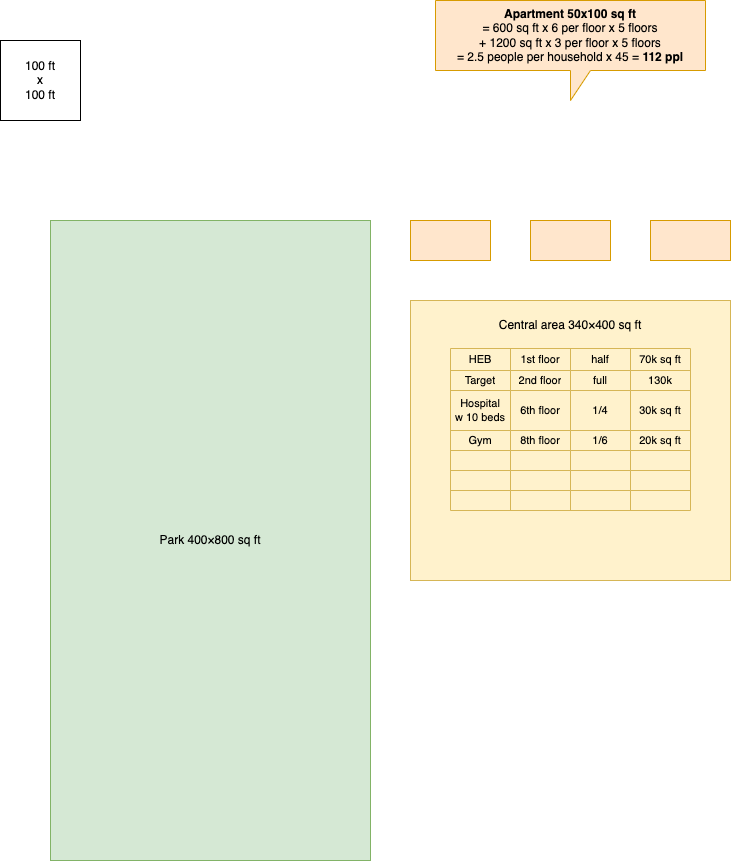
This is src/assets/building_layout.png from harumhl/New-Austin-project, a draw.io export, as it was before one commit. Source tidied: cells renumbered, new cells last; positions are measured from the earlier drawing's top-left corner, leaving out a move shared by most shapes.
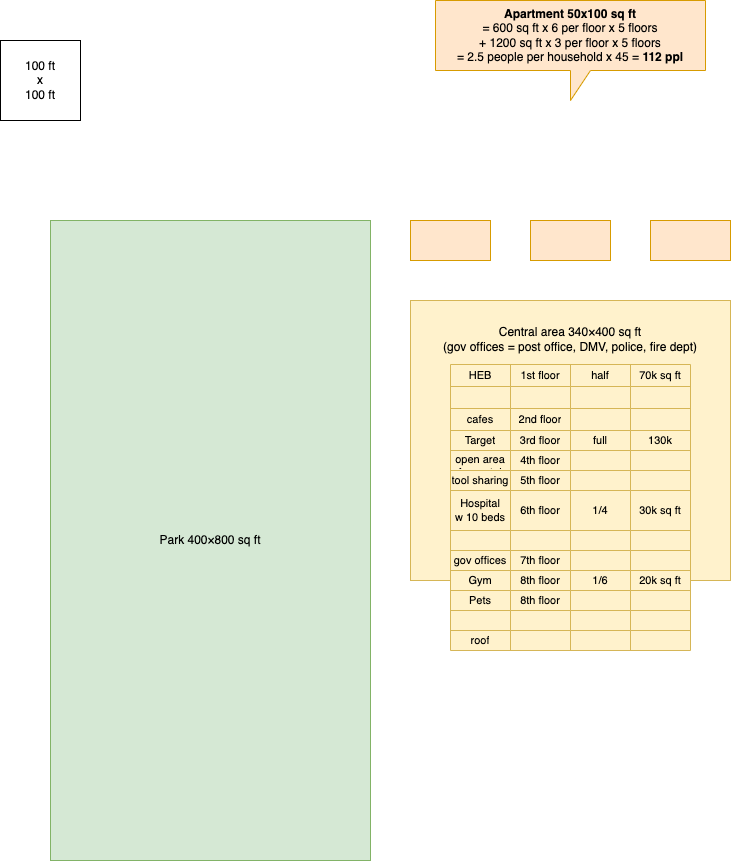
Above is the later version.

Commit message:
central building table add

Diff of the diagram source:
```diff
@@ -17,14 +17,14 @@
     <mxCell id="6" style="rounded=0;whiteSpace=wrap;html=1;fillColor=#ffe6cc;strokeColor=#d79b00;" parent="1" vertex="1">
       <mxGeometry x="650" y="220" width="80" height="40" as="geometry" />
     </mxCell>
-    <mxCell id="7" style="group;" parent="1" vertex="1">
-      <mxGeometry x="410" y="300" width="320" height="280" as="geometry" />
-    </mxCell>
+    <mxCell id="45" value="Park 400×800 sq ft" style="rounded=0;whiteSpace=wrap;html=1;fillColor=#d5e8d4;strokeColor=#82b366;" parent="1" vertex="1">
+      <mxGeometry x="50" y="220" width="320" height="640" as="geometry" />
+    </mxCell>
-    <mxCell id="8" value="Central area 340×400 sq ft&lt;br&gt;&lt;br&gt;&lt;br&gt;&lt;br&gt;&lt;br&gt;&lt;br&gt;&lt;br&gt;&lt;br&gt;&lt;br&gt;&lt;br&gt;&lt;br&gt;&lt;br&gt;&lt;br&gt;&lt;br&gt;&lt;br&gt;&lt;br&gt;&lt;br&gt;" style="rounded=0;whiteSpace=wrap;html=1;imageWidth=72;fillColor=#fff2cc;strokeColor=#d6b656;" parent="7" vertex="1">
-      <mxGeometry width="320" height="280" as="geometry" />
+    <mxCell id="8" value="Central area 340×400 sq ft&lt;br&gt;(gov offices = post office, DMV, police, fire dept)&lt;br&gt;&lt;br&gt;&lt;br&gt;&lt;br&gt;&lt;br&gt;&lt;br&gt;&lt;br&gt;&lt;br&gt;&lt;br&gt;&lt;br&gt;&lt;br&gt;&lt;br&gt;&lt;br&gt;&lt;br&gt;&lt;br&gt;" style="rounded=0;whiteSpace=wrap;html=1;imageWidth=72;fillColor=#fff2cc;strokeColor=#d6b656;" parent="1" vertex="1">
+      <mxGeometry x="410" y="300" width="320" height="280" as="geometry" />
     </mxCell>
-    <mxCell id="9" style="shape=table;startSize=0;fontSize=16;fillColor=#fff2cc;strokeColor=#d6b656;" parent="7" vertex="1">
-      <mxGeometry x="40" y="48" width="240" height="162" as="geometry" />
+    <mxCell id="9" style="shape=table;startSize=0;fontSize=16;fillColor=#fff2cc;strokeColor=#d6b656;" parent="1" vertex="1">
+      <mxGeometry x="450" y="364" width="240" height="286" as="geometry" />
     </mxCell>
     <mxCell id="10" style="shape=tableRow;horizontal=0;startSize=0;swimlaneHead=0;swimlaneBody=0;strokeColor=inherit;top=0;left=0;bottom=0;right=0;fillColor=none;fontSize=16;" parent="9" vertex="1">
       <mxGeometry width="240" height="22" as="geometry" />
@@ -41,13 +41,43 @@
     <mxCell id="14" value="70k sq ft" style="shape=partialRectangle;html=1;whiteSpace=wrap;strokeColor=inherit;overflow=hidden;fillColor=none;top=0;left=0;bottom=0;right=0;fontSize=11;" parent="10" vertex="1">
       <mxGeometry x="180" width="60" height="22" as="geometry" />
     </mxCell>
+    <mxCell id="46" style="shape=tableRow;horizontal=0;startSize=0;swimlaneHead=0;swimlaneBody=0;strokeColor=inherit;top=0;left=0;bottom=0;right=0;fillColor=none;fontSize=16;" parent="9" vertex="1">
+      <mxGeometry y="22" width="240" height="22" as="geometry" />
+    </mxCell>
+    <mxCell id="47" style="shape=partialRectangle;html=1;whiteSpace=wrap;strokeColor=inherit;overflow=hidden;fillColor=none;top=0;left=0;bottom=0;right=0;fontSize=11;" parent="46" vertex="1">
+      <mxGeometry width="60" height="22" as="geometry" />
+    </mxCell>
+    <mxCell id="48" style="shape=partialRectangle;html=1;whiteSpace=wrap;strokeColor=inherit;overflow=hidden;fillColor=none;top=0;left=0;bottom=0;right=0;fontSize=11;" parent="46" vertex="1">
+      <mxGeometry x="60" width="60" height="22" as="geometry" />
+    </mxCell>
+    <mxCell id="49" style="shape=partialRectangle;html=1;whiteSpace=wrap;strokeColor=inherit;overflow=hidden;fillColor=none;top=0;left=0;bottom=0;right=0;fontSize=11;" parent="46" vertex="1">
+      <mxGeometry x="120" width="60" height="22" as="geometry" />
+    </mxCell>
+    <mxCell id="50" style="shape=partialRectangle;html=1;whiteSpace=wrap;strokeColor=inherit;overflow=hidden;fillColor=none;top=0;left=0;bottom=0;right=0;fontSize=11;" parent="46" vertex="1">
+      <mxGeometry x="180" width="60" height="22" as="geometry" />
+    </mxCell>
+    <mxCell id="51" style="shape=tableRow;horizontal=0;startSize=0;swimlaneHead=0;swimlaneBody=0;strokeColor=inherit;top=0;left=0;bottom=0;right=0;fillColor=none;fontSize=16;" parent="9" vertex="1">
+      <mxGeometry y="44" width="240" height="22" as="geometry" />
+    </mxCell>
+    <mxCell id="52" value="cafes" style="shape=partialRectangle;html=1;whiteSpace=wrap;strokeColor=inherit;overflow=hidden;fillColor=none;top=0;left=0;bottom=0;right=0;fontSize=11;" parent="51" vertex="1">
+      <mxGeometry width="60" height="22" as="geometry" />
+    </mxCell>
+    <mxCell id="53" value="2nd floor" style="shape=partialRectangle;html=1;whiteSpace=wrap;strokeColor=inherit;overflow=hidden;fillColor=none;top=0;left=0;bottom=0;right=0;fontSize=11;" parent="51" vertex="1">
+      <mxGeometry x="60" width="60" height="22" as="geometry" />
+    </mxCell>
+    <mxCell id="54" style="shape=partialRectangle;html=1;whiteSpace=wrap;strokeColor=inherit;overflow=hidden;fillColor=none;top=0;left=0;bottom=0;right=0;fontSize=11;" parent="51" vertex="1">
+      <mxGeometry x="120" width="60" height="22" as="geometry" />
+    </mxCell>
+    <mxCell id="55" style="shape=partialRectangle;html=1;whiteSpace=wrap;strokeColor=inherit;overflow=hidden;fillColor=none;top=0;left=0;bottom=0;right=0;fontSize=11;" parent="51" vertex="1">
+      <mxGeometry x="180" width="60" height="22" as="geometry" />
+    </mxCell>
     <mxCell id="15" style="shape=tableRow;horizontal=0;startSize=0;swimlaneHead=0;swimlaneBody=0;strokeColor=inherit;top=0;left=0;bottom=0;right=0;fillColor=none;fontSize=16;" parent="9" vertex="1">
-      <mxGeometry y="22" width="240" height="20" as="geometry" />
+      <mxGeometry y="66" width="240" height="20" as="geometry" />
     </mxCell>
     <mxCell id="16" value="Target" style="shape=partialRectangle;html=1;whiteSpace=wrap;strokeColor=inherit;overflow=hidden;fillColor=none;top=0;left=0;bottom=0;right=0;fontSize=11;" parent="15" vertex="1">
       <mxGeometry width="60" height="20" as="geometry" />
     </mxCell>
-    <mxCell id="17" value="2nd floor" style="shape=partialRectangle;html=1;whiteSpace=wrap;strokeColor=inherit;overflow=hidden;fillColor=none;top=0;left=0;bottom=0;right=0;fontSize=11;" parent="15" vertex="1">
+    <mxCell id="17" value="3rd floor" style="shape=partialRectangle;html=1;whiteSpace=wrap;strokeColor=inherit;overflow=hidden;fillColor=none;top=0;left=0;bottom=0;right=0;fontSize=11;" parent="15" vertex="1">
       <mxGeometry x="60" width="60" height="20" as="geometry" />
     </mxCell>
     <mxCell id="18" value="full" style="shape=partialRectangle;html=1;whiteSpace=wrap;strokeColor=inherit;overflow=hidden;fillColor=none;top=0;left=0;bottom=0;right=0;fontSize=11;" parent="15" vertex="1">
@@ -56,8 +86,38 @@
     <mxCell id="19" value="130k" style="shape=partialRectangle;html=1;whiteSpace=wrap;strokeColor=inherit;overflow=hidden;fillColor=none;top=0;left=0;bottom=0;right=0;fontSize=11;" parent="15" vertex="1">
       <mxGeometry x="180" width="60" height="20" as="geometry" />
     </mxCell>
+    <mxCell id="56" style="shape=tableRow;horizontal=0;startSize=0;swimlaneHead=0;swimlaneBody=0;strokeColor=inherit;top=0;left=0;bottom=0;right=0;fillColor=none;fontSize=16;" parent="9" vertex="1">
+      <mxGeometry y="86" width="240" height="20" as="geometry" />
+    </mxCell>
+    <mxCell id="57" value="open area for rental" style="shape=partialRectangle;html=1;whiteSpace=wrap;strokeColor=inherit;overflow=hidden;fillColor=none;top=0;left=0;bottom=0;right=0;fontSize=11;" parent="56" vertex="1">
+      <mxGeometry width="60" height="20" as="geometry" />
+    </mxCell>
+    <mxCell id="58" value="4th floor" style="shape=partialRectangle;html=1;whiteSpace=wrap;strokeColor=inherit;overflow=hidden;fillColor=none;top=0;left=0;bottom=0;right=0;fontSize=11;" parent="56" vertex="1">
+      <mxGeometry x="60" width="60" height="20" as="geometry" />
+    </mxCell>
+    <mxCell id="59" style="shape=partialRectangle;html=1;whiteSpace=wrap;strokeColor=inherit;overflow=hidden;fillColor=none;top=0;left=0;bottom=0;right=0;fontSize=11;" parent="56" vertex="1">
+      <mxGeometry x="120" width="60" height="20" as="geometry" />
+    </mxCell>
+    <mxCell id="60" style="shape=partialRectangle;html=1;whiteSpace=wrap;strokeColor=inherit;overflow=hidden;fillColor=none;top=0;left=0;bottom=0;right=0;fontSize=11;" parent="56" vertex="1">
+      <mxGeometry x="180" width="60" height="20" as="geometry" />
+    </mxCell>
+    <mxCell id="61" style="shape=tableRow;horizontal=0;startSize=0;swimlaneHead=0;swimlaneBody=0;strokeColor=inherit;top=0;left=0;bottom=0;right=0;fillColor=none;fontSize=16;" parent="9" vertex="1">
+      <mxGeometry y="106" width="240" height="20" as="geometry" />
+    </mxCell>
+    <mxCell id="62" value="tool sharing" style="shape=partialRectangle;html=1;whiteSpace=wrap;strokeColor=inherit;overflow=hidden;fillColor=none;top=0;left=0;bottom=0;right=0;fontSize=11;" parent="61" vertex="1">
+      <mxGeometry width="60" height="20" as="geometry" />
+    </mxCell>
+    <mxCell id="63" value="5th floor" style="shape=partialRectangle;html=1;whiteSpace=wrap;strokeColor=inherit;overflow=hidden;fillColor=none;top=0;left=0;bottom=0;right=0;fontSize=11;" parent="61" vertex="1">
+      <mxGeometry x="60" width="60" height="20" as="geometry" />
+    </mxCell>
+    <mxCell id="64" style="shape=partialRectangle;html=1;whiteSpace=wrap;strokeColor=inherit;overflow=hidden;fillColor=none;top=0;left=0;bottom=0;right=0;fontSize=11;" parent="61" vertex="1">
+      <mxGeometry x="120" width="60" height="20" as="geometry" />
+    </mxCell>
+    <mxCell id="65" style="shape=partialRectangle;html=1;whiteSpace=wrap;strokeColor=inherit;overflow=hidden;fillColor=none;top=0;left=0;bottom=0;right=0;fontSize=11;" parent="61" vertex="1">
+      <mxGeometry x="180" width="60" height="20" as="geometry" />
+    </mxCell>
     <mxCell id="20" style="shape=tableRow;horizontal=0;startSize=0;swimlaneHead=0;swimlaneBody=0;strokeColor=inherit;top=0;left=0;bottom=0;right=0;fillColor=none;fontSize=16;" parent="9" vertex="1">
-      <mxGeometry y="42" width="240" height="40" as="geometry" />
+      <mxGeometry y="126" width="240" height="40" as="geometry" />
     </mxCell>
     <mxCell id="21" value="Hospital&lt;br&gt;w 10 beds" style="shape=partialRectangle;html=1;whiteSpace=wrap;strokeColor=inherit;overflow=hidden;fillColor=none;top=0;left=0;bottom=0;right=0;fontSize=11;" parent="20" vertex="1">
       <mxGeometry width="60" height="40" as="geometry" />
@@ -71,8 +131,38 @@
     <mxCell id="24" value="30k sq ft" style="shape=partialRectangle;html=1;whiteSpace=wrap;strokeColor=inherit;overflow=hidden;fillColor=none;top=0;left=0;bottom=0;right=0;fontSize=11;" parent="20" vertex="1">
       <mxGeometry x="180" width="60" height="40" as="geometry" />
     </mxCell>
+    <mxCell id="66" style="shape=tableRow;horizontal=0;startSize=0;swimlaneHead=0;swimlaneBody=0;strokeColor=inherit;top=0;left=0;bottom=0;right=0;fillColor=none;fontSize=16;" parent="9" vertex="1">
+      <mxGeometry y="166" width="240" height="20" as="geometry" />
+    </mxCell>
+    <mxCell id="67" style="shape=partialRectangle;html=1;whiteSpace=wrap;strokeColor=inherit;overflow=hidden;fillColor=none;top=0;left=0;bottom=0;right=0;fontSize=11;" parent="66" vertex="1">
+      <mxGeometry width="60" height="20" as="geometry" />
+    </mxCell>
+    <mxCell id="68" style="shape=partialRectangle;html=1;whiteSpace=wrap;strokeColor=inherit;overflow=hidden;fillColor=none;top=0;left=0;bottom=0;right=0;fontSize=11;" parent="66" vertex="1">
+      <mxGeometry x="60" width="60" height="20" as="geometry" />
+    </mxCell>
+    <mxCell id="69" style="shape=partialRectangle;html=1;whiteSpace=wrap;strokeColor=inherit;overflow=hidden;fillColor=none;top=0;left=0;bottom=0;right=0;fontSize=11;" parent="66" vertex="1">
+      <mxGeometry x="120" width="60" height="20" as="geometry" />
+    </mxCell>
+    <mxCell id="70" style="shape=partialRectangle;html=1;whiteSpace=wrap;strokeColor=inherit;overflow=hidden;fillColor=none;top=0;left=0;bottom=0;right=0;fontSize=11;" parent="66" vertex="1">
+      <mxGeometry x="180" width="60" height="20" as="geometry" />
+    </mxCell>
+    <mxCell id="71" style="shape=tableRow;horizontal=0;startSize=0;swimlaneHead=0;swimlaneBody=0;strokeColor=inherit;top=0;left=0;bottom=0;right=0;fillColor=none;fontSize=16;" parent="9" vertex="1">
+      <mxGeometry y="186" width="240" height="20" as="geometry" />
+    </mxCell>
+    <mxCell id="72" value="gov offices" style="shape=partialRectangle;html=1;whiteSpace=wrap;strokeColor=inherit;overflow=hidden;fillColor=none;top=0;left=0;bottom=0;right=0;fontSize=11;" parent="71" vertex="1">
+      <mxGeometry width="60" height="20" as="geometry" />
+    </mxCell>
+    <mxCell id="73" value="7th floor" style="shape=partialRectangle;html=1;whiteSpace=wrap;strokeColor=inherit;overflow=hidden;fillColor=none;top=0;left=0;bottom=0;right=0;fontSize=11;" parent="71" vertex="1">
+      <mxGeometry x="60" width="60" height="20" as="geometry" />
+    </mxCell>
+    <mxCell id="74" style="shape=partialRectangle;html=1;whiteSpace=wrap;strokeColor=inherit;overflow=hidden;fillColor=none;top=0;left=0;bottom=0;right=0;fontSize=11;" parent="71" vertex="1">
+      <mxGeometry x="120" width="60" height="20" as="geometry" />
+    </mxCell>
+    <mxCell id="75" style="shape=partialRectangle;html=1;whiteSpace=wrap;strokeColor=inherit;overflow=hidden;fillColor=none;top=0;left=0;bottom=0;right=0;fontSize=11;" parent="71" vertex="1">
+      <mxGeometry x="180" width="60" height="20" as="geometry" />
+    </mxCell>
     <mxCell id="25" style="shape=tableRow;horizontal=0;startSize=0;swimlaneHead=0;swimlaneBody=0;strokeColor=inherit;top=0;left=0;bottom=0;right=0;fillColor=none;fontSize=16;" parent="9" vertex="1">
-      <mxGeometry y="82" width="240" height="20" as="geometry" />
+      <mxGeometry y="206" width="240" height="20" as="geometry" />
     </mxCell>
     <mxCell id="26" value="Gym" style="shape=partialRectangle;html=1;whiteSpace=wrap;strokeColor=inherit;overflow=hidden;fillColor=none;top=0;left=0;bottom=0;right=0;fontSize=11;" parent="25" vertex="1">
       <mxGeometry width="60" height="20" as="geometry" />
@@ -87,12 +177,12 @@
       <mxGeometry x="180" width="60" height="20" as="geometry" />
     </mxCell>
     <mxCell id="30" style="shape=tableRow;horizontal=0;startSize=0;swimlaneHead=0;swimlaneBody=0;strokeColor=inherit;top=0;left=0;bottom=0;right=0;fillColor=none;fontSize=16;" parent="9" vertex="1">
-      <mxGeometry y="102" width="240" height="20" as="geometry" />
+      <mxGeometry y="226" width="240" height="20" as="geometry" />
     </mxCell>
-    <mxCell id="31" style="shape=partialRectangle;html=1;whiteSpace=wrap;strokeColor=inherit;overflow=hidden;fillColor=none;top=0;left=0;bottom=0;right=0;fontSize=11;" parent="30" vertex="1">
+    <mxCell id="31" value="Pets" style="shape=partialRectangle;html=1;whiteSpace=wrap;strokeColor=inherit;overflow=hidden;fillColor=none;top=0;left=0;bottom=0;right=0;fontSize=11;" parent="30" vertex="1">
       <mxGeometry width="60" height="20" as="geometry" />
     </mxCell>
-    <mxCell id="32" style="shape=partialRectangle;html=1;whiteSpace=wrap;strokeColor=inherit;overflow=hidden;fillColor=none;top=0;left=0;bottom=0;right=0;fontSize=11;" parent="30" vertex="1">
+    <mxCell id="32" value="8th floor" style="shape=partialRectangle;html=1;whiteSpace=wrap;strokeColor=inherit;overflow=hidden;fillColor=none;top=0;left=0;bottom=0;right=0;fontSize=11;" parent="30" vertex="1">
       <mxGeometry x="60" width="60" height="20" as="geometry" />
     </mxCell>
     <mxCell id="33" style="shape=partialRectangle;html=1;whiteSpace=wrap;strokeColor=inherit;overflow=hidden;fillColor=none;top=0;left=0;bottom=0;right=0;fontSize=11;" parent="30" vertex="1">
@@ -102,7 +192,7 @@
       <mxGeometry x="180" width="60" height="20" as="geometry" />
     </mxCell>
     <mxCell id="35" style="shape=tableRow;horizontal=0;startSize=0;swimlaneHead=0;swimlaneBody=0;strokeColor=inherit;top=0;left=0;bottom=0;right=0;fillColor=none;fontSize=16;" parent="9" vertex="1">
-      <mxGeometry y="122" width="240" height="20" as="geometry" />
+      <mxGeometry y="246" width="240" height="20" as="geometry" />
     </mxCell>
     <mxCell id="36" style="shape=partialRectangle;html=1;whiteSpace=wrap;strokeColor=inherit;overflow=hidden;fillColor=none;top=0;left=0;bottom=0;right=0;fontSize=11;" parent="35" vertex="1">
       <mxGeometry width="60" height="20" as="geometry" />
@@ -117,9 +207,9 @@
       <mxGeometry x="180" width="60" height="20" as="geometry" />
     </mxCell>
     <mxCell id="40" style="shape=tableRow;horizontal=0;startSize=0;swimlaneHead=0;swimlaneBody=0;strokeColor=inherit;top=0;left=0;bottom=0;right=0;fillColor=none;fontSize=16;" parent="9" vertex="1">
-      <mxGeometry y="142" width="240" height="20" as="geometry" />
+      <mxGeometry y="266" width="240" height="20" as="geometry" />
     </mxCell>
-    <mxCell id="41" style="shape=partialRectangle;html=1;whiteSpace=wrap;strokeColor=inherit;overflow=hidden;fillColor=none;top=0;left=0;bottom=0;right=0;fontSize=11;" parent="40" vertex="1">
+    <mxCell id="41" value="roof" style="shape=partialRectangle;html=1;whiteSpace=wrap;strokeColor=inherit;overflow=hidden;fillColor=none;top=0;left=0;bottom=0;right=0;fontSize=11;" parent="40" vertex="1">
       <mxGeometry width="60" height="20" as="geometry" />
     </mxCell>
     <mxCell id="42" style="shape=partialRectangle;html=1;whiteSpace=wrap;strokeColor=inherit;overflow=hidden;fillColor=none;top=0;left=0;bottom=0;right=0;fontSize=11;" parent="40" vertex="1">
@@ -131,8 +221,5 @@
     <mxCell id="44" style="shape=partialRectangle;html=1;whiteSpace=wrap;strokeColor=inherit;overflow=hidden;fillColor=none;top=0;left=0;bottom=0;right=0;fontSize=11;" parent="40" vertex="1">
       <mxGeometry x="180" width="60" height="20" as="geometry" />
     </mxCell>
-    <mxCell id="45" value="Park 400×800 sq ft" style="rounded=0;whiteSpace=wrap;html=1;fillColor=#d5e8d4;strokeColor=#82b366;" parent="1" vertex="1">
-      <mxGeometry x="50" y="220" width="320" height="640" as="geometry" />
-    </mxCell>
   </root>
 </mxGraphModel>
```
